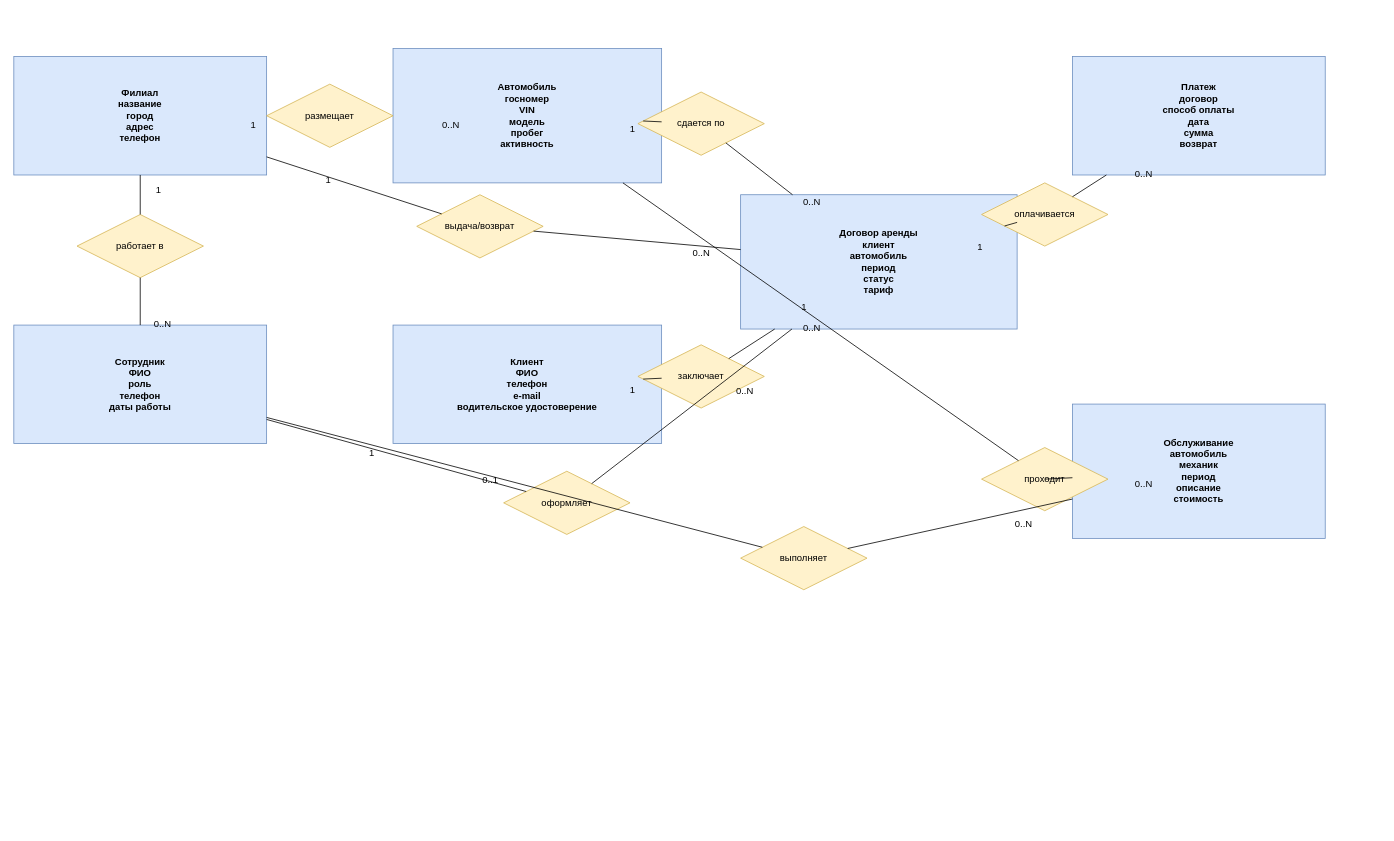
Before: Homework_v3/ER_diagram.drawio in HeadshotNice/HomeWorkSQL_1, a draw.io diagram. Source tidied: cells renumbered, new cells numbered last; positions are measured from the earlier drawing's top-left corner, leaving out a move shared by most shapes. Both pictures are drawn from the tidied source at 79%, with x=0, y=0 at pixel (13, 48).
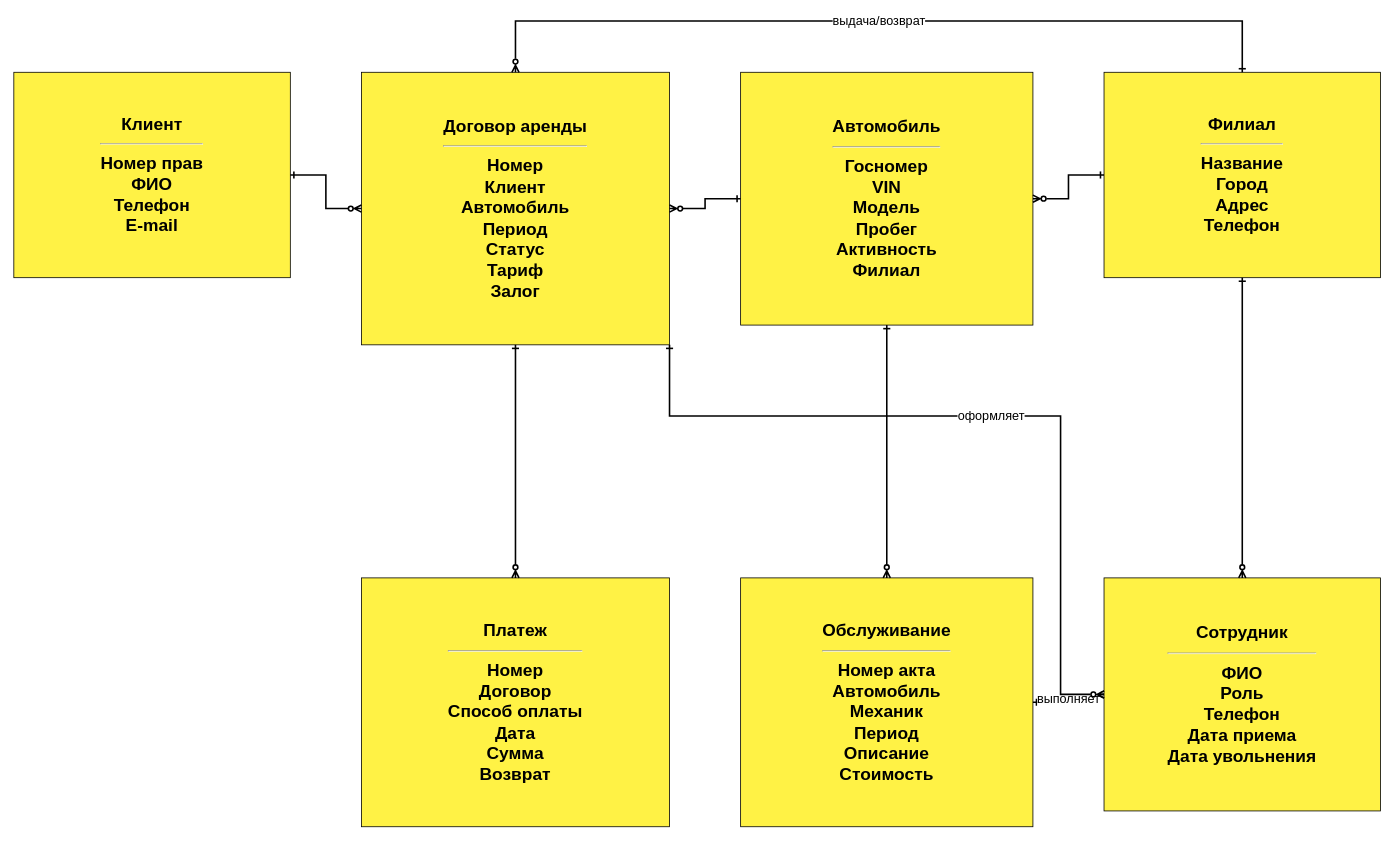
The same page after the edit.

Commit message (it also covers changes not shown here):
Improve final ER diagram

The edit, as a diff of the source:
```diff
@@
-    <mxCell id="2" value="&lt;b&gt;Филиал&lt;/b&gt;&lt;br&gt;название&lt;br&gt;город&lt;br&gt;адрес&lt;br&gt;телефон" style="rounded=0;whiteSpace=wrap;html=1;fillColor=#dae8fc;strokeColor=#6c8ebf;fontStyle=1;" parent="1" vertex="1">
-      <mxGeometry y="10" width="320" height="150" as="geometry" />
+    <mxCell id="2" value="&lt;b&gt;Клиент&lt;/b&gt;&lt;hr&gt;Номер прав&lt;br&gt;ФИО&lt;br&gt;Телефон&lt;br&gt;E-mail" style="whiteSpace=wrap;html=1;rounded=0;fillColor=#fff245;strokeColor=#000000;fontSize=22;fontStyle=1;" parent="1" vertex="1">
+      <mxGeometry y="30" width="350" height="260" as="geometry" />
     </mxCell>
-    <mxCell id="3" value="&lt;b&gt;Автомобиль&lt;/b&gt;&lt;br&gt;госномер&lt;br&gt;VIN&lt;br&gt;модель&lt;br&gt;пробег&lt;br&gt;активность" style="rounded=0;whiteSpace=wrap;html=1;fillColor=#dae8fc;strokeColor=#6c8ebf;fontStyle=1;" parent="1" vertex="1">
-      <mxGeometry x="480" width="340" height="170" as="geometry" />
+    <mxCell id="3" value="&lt;b&gt;Договор аренды&lt;/b&gt;&lt;hr&gt;Номер&lt;br&gt;Клиент&lt;br&gt;Автомобиль&lt;br&gt;Период&lt;br&gt;Статус&lt;br&gt;Тариф&lt;br&gt;Залог" style="whiteSpace=wrap;html=1;rounded=0;fillColor=#fff245;strokeColor=#000000;fontSize=22;fontStyle=1;" parent="1" vertex="1">
+      <mxGeometry x="440" y="30" width="390" height="345" as="geometry" />
     </mxCell>
-    <mxCell id="4" value="&lt;b&gt;Платеж&lt;/b&gt;&lt;br&gt;договор&lt;br&gt;способ оплаты&lt;br&gt;дата&lt;br&gt;сумма&lt;br&gt;возврат" style="rounded=0;whiteSpace=wrap;html=1;fillColor=#dae8fc;strokeColor=#6c8ebf;fontStyle=1;" parent="1" vertex="1">
-      <mxGeometry x="1340" y="10" width="320" height="150" as="geometry" />
+    <mxCell id="4" value="&lt;b&gt;Автомобиль&lt;/b&gt;&lt;hr&gt;Госномер&lt;br&gt;VIN&lt;br&gt;Модель&lt;br&gt;Пробег&lt;br&gt;Активность&lt;br&gt;Филиал" style="whiteSpace=wrap;html=1;rounded=0;fillColor=#fff245;strokeColor=#000000;fontSize=22;fontStyle=1;" parent="1" vertex="1">
+      <mxGeometry x="920" y="30" width="370" height="320" as="geometry" />
     </mxCell>
-    <mxCell id="5" value="&lt;b&gt;Сотрудник&lt;/b&gt;&lt;br&gt;ФИО&lt;br&gt;роль&lt;br&gt;телефон&lt;br&gt;даты работы" style="rounded=0;whiteSpace=wrap;html=1;fillColor=#dae8fc;strokeColor=#6c8ebf;fontStyle=1;" parent="1" vertex="1">
-      <mxGeometry y="350" width="320" height="150" as="geometry" />
+    <mxCell id="5" value="&lt;b&gt;Филиал&lt;/b&gt;&lt;hr&gt;Название&lt;br&gt;Город&lt;br&gt;Адрес&lt;br&gt;Телефон" style="whiteSpace=wrap;html=1;rounded=0;fillColor=#fff245;strokeColor=#000000;fontSize=22;fontStyle=1;" parent="1" vertex="1">
+      <mxGeometry x="1380" y="30" width="350" height="260" as="geometry" />
     </mxCell>
-    <mxCell id="6" value="&lt;b&gt;Клиент&lt;/b&gt;&lt;br&gt;ФИО&lt;br&gt;телефон&lt;br&gt;e-mail&lt;br&gt;водительское удостоверение" style="rounded=0;whiteSpace=wrap;html=1;fillColor=#dae8fc;strokeColor=#6c8ebf;fontStyle=1;" parent="1" vertex="1">
-      <mxGeometry x="480" y="350" width="340" height="150" as="geometry" />
+    <mxCell id="6" value="&lt;b&gt;Платеж&lt;/b&gt;&lt;hr&gt;Номер&lt;br&gt;Договор&lt;br&gt;Способ оплаты&lt;br&gt;Дата&lt;br&gt;Сумма&lt;br&gt;Возврат" style="whiteSpace=wrap;html=1;rounded=0;fillColor=#fff245;strokeColor=#000000;fontSize=22;fontStyle=1;" parent="1" vertex="1">
+      <mxGeometry x="440" y="670" width="390" height="315" as="geometry" />
     </mxCell>
-    <mxCell id="7" value="&lt;b&gt;Договор аренды&lt;/b&gt;&lt;br&gt;клиент&lt;br&gt;автомобиль&lt;br&gt;период&lt;br&gt;статус&lt;br&gt;тариф" style="rounded=0;whiteSpace=wrap;html=1;fillColor=#dae8fc;strokeColor=#6c8ebf;fontStyle=1;" parent="1" vertex="1">
-      <mxGeometry x="920" y="185" width="350" height="170" as="geometry" />
+    <mxCell id="7" value="&lt;b&gt;Обслуживание&lt;/b&gt;&lt;hr&gt;Номер акта&lt;br&gt;Автомобиль&lt;br&gt;Механик&lt;br&gt;Период&lt;br&gt;Описание&lt;br&gt;Стоимость" style="whiteSpace=wrap;html=1;rounded=0;fillColor=#fff245;strokeColor=#000000;fontSize=22;fontStyle=1;" parent="1" vertex="1">
+      <mxGeometry x="920" y="670" width="370" height="315" as="geometry" />
     </mxCell>
-    <mxCell id="8" value="&lt;b&gt;Обслуживание&lt;/b&gt;&lt;br&gt;автомобиль&lt;br&gt;механик&lt;br&gt;период&lt;br&gt;описание&lt;br&gt;стоимость" style="rounded=0;whiteSpace=wrap;html=1;fillColor=#dae8fc;strokeColor=#6c8ebf;fontStyle=1;" parent="1" vertex="1">
-      <mxGeometry x="1340" y="450" width="320" height="170" as="geometry" />
+    <mxCell id="8" value="&lt;b&gt;Сотрудник&lt;/b&gt;&lt;hr&gt;ФИО&lt;br&gt;Роль&lt;br&gt;Телефон&lt;br&gt;Дата приема&lt;br&gt;Дата увольнения" style="whiteSpace=wrap;html=1;rounded=0;fillColor=#fff245;strokeColor=#000000;fontSize=22;fontStyle=1;" parent="1" vertex="1">
+      <mxGeometry x="1380" y="670" width="350" height="295" as="geometry" />
     </mxCell>
-    <mxCell id="9" value="работает в" style="rhombus;whiteSpace=wrap;html=1;fillColor=#fff2cc;strokeColor=#d6b656;" parent="1" vertex="1">
-      <mxGeometry x="80" y="210" width="160" height="80" as="geometry" />
+    <mxCell id="9" style="edgeStyle=orthogonalEdgeStyle;rounded=0;jettySize=auto;html=1;startArrow=ERone;endArrow=ERzeroToMany;startFill=0;endFill=0;strokeWidth=2;fontSize=16;" parent="1" edge="1" source="2" target="3">
+      <mxGeometry relative="1" as="geometry" />
     </mxCell>
-    <mxCell id="10" value="размещает" style="rhombus;whiteSpace=wrap;html=1;fillColor=#fff2cc;strokeColor=#d6b656;" parent="1" vertex="1">
-      <mxGeometry x="320" y="45" width="160" height="80" as="geometry" />
+    <mxCell id="10" style="edgeStyle=orthogonalEdgeStyle;rounded=0;jettySize=auto;html=1;startArrow=ERzeroToMany;endArrow=ERone;startFill=0;endFill=0;strokeWidth=2;fontSize=16;" parent="1" edge="1" source="3" target="4">
+      <mxGeometry relative="1" as="geometry" />
     </mxCell>
-    <mxCell id="11" value="заключает" style="rhombus;whiteSpace=wrap;html=1;fillColor=#fff2cc;strokeColor=#d6b656;" parent="1" vertex="1">
-      <mxGeometry x="790" y="375" width="160" height="80" as="geometry" />
+    <mxCell id="11" style="edgeStyle=orthogonalEdgeStyle;rounded=0;jettySize=auto;html=1;startArrow=ERzeroToMany;endArrow=ERone;startFill=0;endFill=0;strokeWidth=2;fontSize=16;" parent="1" edge="1" source="4" target="5">
+      <mxGeometry relative="1" as="geometry" />
     </mxCell>
-    <mxCell id="12" value="сдается по" style="rhombus;whiteSpace=wrap;html=1;fillColor=#fff2cc;strokeColor=#d6b656;" parent="1" vertex="1">
-      <mxGeometry x="790" y="55" width="160" height="80" as="geometry" />
+    <mxCell id="12" style="edgeStyle=orthogonalEdgeStyle;rounded=0;jettySize=auto;html=1;startArrow=ERone;endArrow=ERzeroToMany;startFill=0;endFill=0;strokeWidth=2;fontSize=16;" parent="1" edge="1" source="3" target="6">
+      <mxGeometry relative="1" as="geometry" />
     </mxCell>
-    <mxCell id="13" value="оформляет" style="rhombus;whiteSpace=wrap;html=1;fillColor=#fff2cc;strokeColor=#d6b656;" parent="1" vertex="1">
-      <mxGeometry x="620" y="535" width="160" height="80" as="geometry" />
+    <mxCell id="13" style="edgeStyle=orthogonalEdgeStyle;rounded=0;jettySize=auto;html=1;startArrow=ERone;endArrow=ERzeroToMany;startFill=0;endFill=0;strokeWidth=2;fontSize=16;" parent="1" edge="1" source="4" target="7">
+      <mxGeometry relative="1" as="geometry" />
     </mxCell>
-    <mxCell id="14" value="оплачивается" style="rhombus;whiteSpace=wrap;html=1;fillColor=#fff2cc;strokeColor=#d6b656;" parent="1" vertex="1">
-      <mxGeometry x="1225" y="170" width="160" height="80" as="geometry" />
+    <mxCell id="14" style="edgeStyle=orthogonalEdgeStyle;rounded=0;jettySize=auto;html=1;startArrow=ERone;endArrow=ERzeroToMany;startFill=0;endFill=0;strokeWidth=2;fontSize=16;" parent="1" edge="1" source="5" target="8">
+      <mxGeometry relative="1" as="geometry" />
     </mxCell>
-    <mxCell id="15" value="проходит" style="rhombus;whiteSpace=wrap;html=1;fillColor=#fff2cc;strokeColor=#d6b656;" parent="1" vertex="1">
-      <mxGeometry x="1225" y="505" width="160" height="80" as="geometry" />
+    <mxCell id="15" value="выполняет" style="edgeStyle=orthogonalEdgeStyle;rounded=0;jettySize=auto;html=1;startArrow=ERzeroToMany;endArrow=ERzeroToOne;startFill=0;endFill=0;strokeWidth=2;fontSize=16;" parent="1" edge="1" source="8" target="7">
+      <mxGeometry relative="1" as="geometry" />
     </mxCell>
-    <mxCell id="16" value="выполняет" style="rhombus;whiteSpace=wrap;html=1;fillColor=#fff2cc;strokeColor=#d6b656;" parent="1" vertex="1">
-      <mxGeometry x="920" y="605" width="160" height="80" as="geometry" />
+    <mxCell id="16" value="оформляет" style="edgeStyle=orthogonalEdgeStyle;rounded=0;jettySize=auto;html=1;startArrow=ERzeroToMany;endArrow=ERone;startFill=0;endFill=0;strokeWidth=2;fontSize=16;" parent="1" edge="1" source="8" target="3">
+      <mxGeometry relative="1" as="geometry">
+        <Array as="points">
+          <mxPoint x="1325" y="465" />
+          <mxPoint x="830" y="465" />
+        </Array>
+      </mxGeometry>
     </mxCell>
-    <mxCell id="17" value="выдача/возврат" style="rhombus;whiteSpace=wrap;html=1;fillColor=#fff2cc;strokeColor=#d6b656;" parent="1" vertex="1">
-      <mxGeometry x="510" y="185" width="160" height="80" as="geometry" />
+    <mxCell id="17" value="выдача/возврат" style="edgeStyle=orthogonalEdgeStyle;rounded=0;jettySize=auto;html=1;startArrow=ERone;endArrow=ERzeroToMany;startFill=0;endFill=0;strokeWidth=2;fontSize=16;" parent="1" edge="1" source="5" target="3">
+      <mxGeometry relative="1" as="geometry">
+        <Array as="points">
+          <mxPoint x="1555" y="-35" />
+          <mxPoint x="635" y="-35" />
+        </Array>
+      </mxGeometry>
     </mxCell>
-    <mxCell id="18" style="endArrow=none;html=1;rounded=0;" parent="1" edge="1" source="2" target="9">
-      <mxGeometry relative="1" as="geometry" />
-    </mxCell>
-    <mxCell id="19" style="endArrow=none;html=1;rounded=0;" parent="1" edge="1" source="9" target="5">
-      <mxGeometry relative="1" as="geometry" />
-    </mxCell>
-    <mxCell id="20" value="1" style="text;html=1;strokeColor=none;fillColor=none;align=center;verticalAlign=middle;" parent="1" vertex="1">
-      <mxGeometry x="160" y="167" width="45" height="24" as="geometry" />
-    </mxCell>
-    <mxCell id="21" value="0..N" style="text;html=1;strokeColor=none;fillColor=none;align=center;verticalAlign=middle;" parent="1" vertex="1">
-      <mxGeometry x="160" y="337" width="55" height="24" as="geometry" />
-    </mxCell>
-    <mxCell id="22" style="endArrow=none;html=1;rounded=0;" parent="1" edge="1" source="2" target="10">
-      <mxGeometry relative="1" as="geometry" />
-    </mxCell>
-    <mxCell id="23" style="endArrow=none;html=1;rounded=0;" parent="1" edge="1" source="10" target="3">
-      <mxGeometry relative="1" as="geometry" />
-    </mxCell>
-    <mxCell id="24" value="1" style="text;html=1;strokeColor=none;fillColor=none;align=center;verticalAlign=middle;" parent="1" vertex="1">
-      <mxGeometry x="280" y="85" width="45" height="24" as="geometry" />
-    </mxCell>
-    <mxCell id="25" value="0..N" style="text;html=1;strokeColor=none;fillColor=none;align=center;verticalAlign=middle;" parent="1" vertex="1">
-      <mxGeometry x="525" y="85" width="55" height="24" as="geometry" />
-    </mxCell>
-    <mxCell id="26" style="endArrow=none;html=1;rounded=0;" parent="1" edge="1" source="6" target="11">
-      <mxGeometry relative="1" as="geometry" />
-    </mxCell>
-    <mxCell id="27" style="endArrow=none;html=1;rounded=0;" parent="1" edge="1" source="11" target="7">
-      <mxGeometry relative="1" as="geometry" />
-    </mxCell>
-    <mxCell id="28" value="1" style="text;html=1;strokeColor=none;fillColor=none;align=center;verticalAlign=middle;" parent="1" vertex="1">
-      <mxGeometry x="760" y="420" width="45" height="24" as="geometry" />
-    </mxCell>
-    <mxCell id="29" value="0..N" style="text;html=1;strokeColor=none;fillColor=none;align=center;verticalAlign=middle;" parent="1" vertex="1">
-      <mxGeometry x="982" y="342" width="55" height="24" as="geometry" />
-    </mxCell>
-    <mxCell id="30" style="endArrow=none;html=1;rounded=0;" parent="1" edge="1" source="3" target="12">
-      <mxGeometry relative="1" as="geometry" />
-    </mxCell>
-    <mxCell id="31" style="endArrow=none;html=1;rounded=0;" parent="1" edge="1" source="12" target="7">
-      <mxGeometry relative="1" as="geometry" />
-    </mxCell>
-    <mxCell id="32" value="1" style="text;html=1;strokeColor=none;fillColor=none;align=center;verticalAlign=middle;" parent="1" vertex="1">
-      <mxGeometry x="760" y="90" width="45" height="24" as="geometry" />
-    </mxCell>
-    <mxCell id="33" value="0..N" style="text;html=1;strokeColor=none;fillColor=none;align=center;verticalAlign=middle;" parent="1" vertex="1">
-      <mxGeometry x="982" y="182" width="55" height="24" as="geometry" />
-    </mxCell>
-    <mxCell id="34" style="endArrow=none;html=1;rounded=0;" parent="1" edge="1" source="5" target="13">
-      <mxGeometry relative="1" as="geometry" />
-    </mxCell>
-    <mxCell id="35" style="endArrow=none;html=1;rounded=0;" parent="1" edge="1" source="13" target="7">
-      <mxGeometry relative="1" as="geometry" />
-    </mxCell>
-    <mxCell id="36" value="1" style="text;html=1;strokeColor=none;fillColor=none;align=center;verticalAlign=middle;" parent="1" vertex="1">
-      <mxGeometry x="430" y="500" width="45" height="24" as="geometry" />
-    </mxCell>
-    <mxCell id="37" value="0..N" style="text;html=1;strokeColor=none;fillColor=none;align=center;verticalAlign=middle;" parent="1" vertex="1">
-      <mxGeometry x="897" y="422" width="55" height="24" as="geometry" />
-    </mxCell>
-    <mxCell id="38" style="endArrow=none;html=1;rounded=0;" parent="1" edge="1" source="7" target="14">
-      <mxGeometry relative="1" as="geometry" />
-    </mxCell>
-    <mxCell id="39" style="endArrow=none;html=1;rounded=0;" parent="1" edge="1" source="14" target="4">
-      <mxGeometry relative="1" as="geometry" />
-    </mxCell>
-    <mxCell id="40" value="1" style="text;html=1;strokeColor=none;fillColor=none;align=center;verticalAlign=middle;" parent="1" vertex="1">
-      <mxGeometry x="1200" y="240" width="45" height="24" as="geometry" />
-    </mxCell>
-    <mxCell id="41" value="0..N" style="text;html=1;strokeColor=none;fillColor=none;align=center;verticalAlign=middle;" parent="1" vertex="1">
-      <mxGeometry x="1402" y="147" width="55" height="24" as="geometry" />
-    </mxCell>
-    <mxCell id="42" style="endArrow=none;html=1;rounded=0;" parent="1" edge="1" source="3" target="15">
-      <mxGeometry relative="1" as="geometry" />
-    </mxCell>
-    <mxCell id="43" style="endArrow=none;html=1;rounded=0;" parent="1" edge="1" source="15" target="8">
-      <mxGeometry relative="1" as="geometry" />
-    </mxCell>
-    <mxCell id="44" value="1" style="text;html=1;strokeColor=none;fillColor=none;align=center;verticalAlign=middle;" parent="1" vertex="1">
-      <mxGeometry x="977" y="315" width="45" height="24" as="geometry" />
-    </mxCell>
-    <mxCell id="45" value="0..N" style="text;html=1;strokeColor=none;fillColor=none;align=center;verticalAlign=middle;" parent="1" vertex="1">
-      <mxGeometry x="1402" y="540" width="55" height="24" as="geometry" />
-    </mxCell>
-    <mxCell id="46" style="endArrow=none;html=1;rounded=0;" parent="1" edge="1" source="5" target="16">
-      <mxGeometry relative="1" as="geometry" />
-    </mxCell>
-    <mxCell id="47" style="endArrow=none;html=1;rounded=0;" parent="1" edge="1" source="16" target="8">
-      <mxGeometry relative="1" as="geometry" />
-    </mxCell>
-    <mxCell id="48" value="0..1" style="text;html=1;strokeColor=none;fillColor=none;align=center;verticalAlign=middle;" parent="1" vertex="1">
-      <mxGeometry x="580" y="535" width="45" height="24" as="geometry" />
-    </mxCell>
-    <mxCell id="49" value="0..N" style="text;html=1;strokeColor=none;fillColor=none;align=center;verticalAlign=middle;" parent="1" vertex="1">
-      <mxGeometry x="1250" y="590" width="55" height="24" as="geometry" />
-    </mxCell>
-    <mxCell id="50" style="endArrow=none;html=1;rounded=0;" parent="1" edge="1" source="2" target="17">
-      <mxGeometry relative="1" as="geometry" />
-    </mxCell>
-    <mxCell id="51" style="endArrow=none;html=1;rounded=0;" parent="1" edge="1" source="17" target="7">
-      <mxGeometry relative="1" as="geometry" />
-    </mxCell>
-    <mxCell id="52" value="1" style="text;html=1;strokeColor=none;fillColor=none;align=center;verticalAlign=middle;" parent="1" vertex="1">
-      <mxGeometry x="375" y="155" width="45" height="24" as="geometry" />
-    </mxCell>
-    <mxCell id="53" value="0..N" style="text;html=1;strokeColor=none;fillColor=none;align=center;verticalAlign=middle;" parent="1" vertex="1">
-      <mxGeometry x="842" y="247" width="55" height="24" as="geometry" />
-    </mxCell>
```
